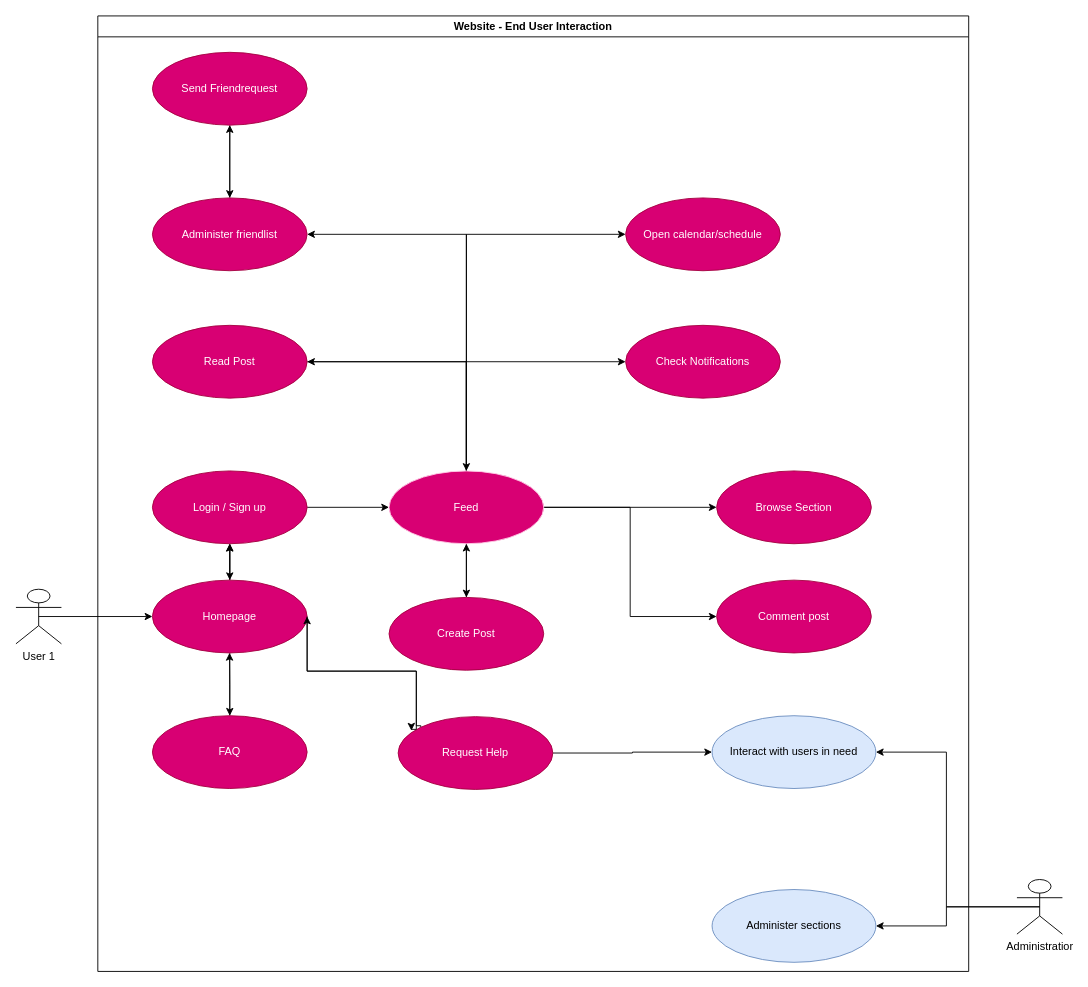
SE-TINF22B6/DHBWhub keeps this draw.io diagram as docs/diagrams/sources/UsecaseEndUser.drawio. Above is the earlier version. Source tidied: cells renumbered, new cells numbered last; positions are measured from the earlier drawing's top-left corner, leaving out a move shared by most shapes. Both pictures are drawn from the tidied source at 91%, with x=0, y=0 at pixel (15, 15).
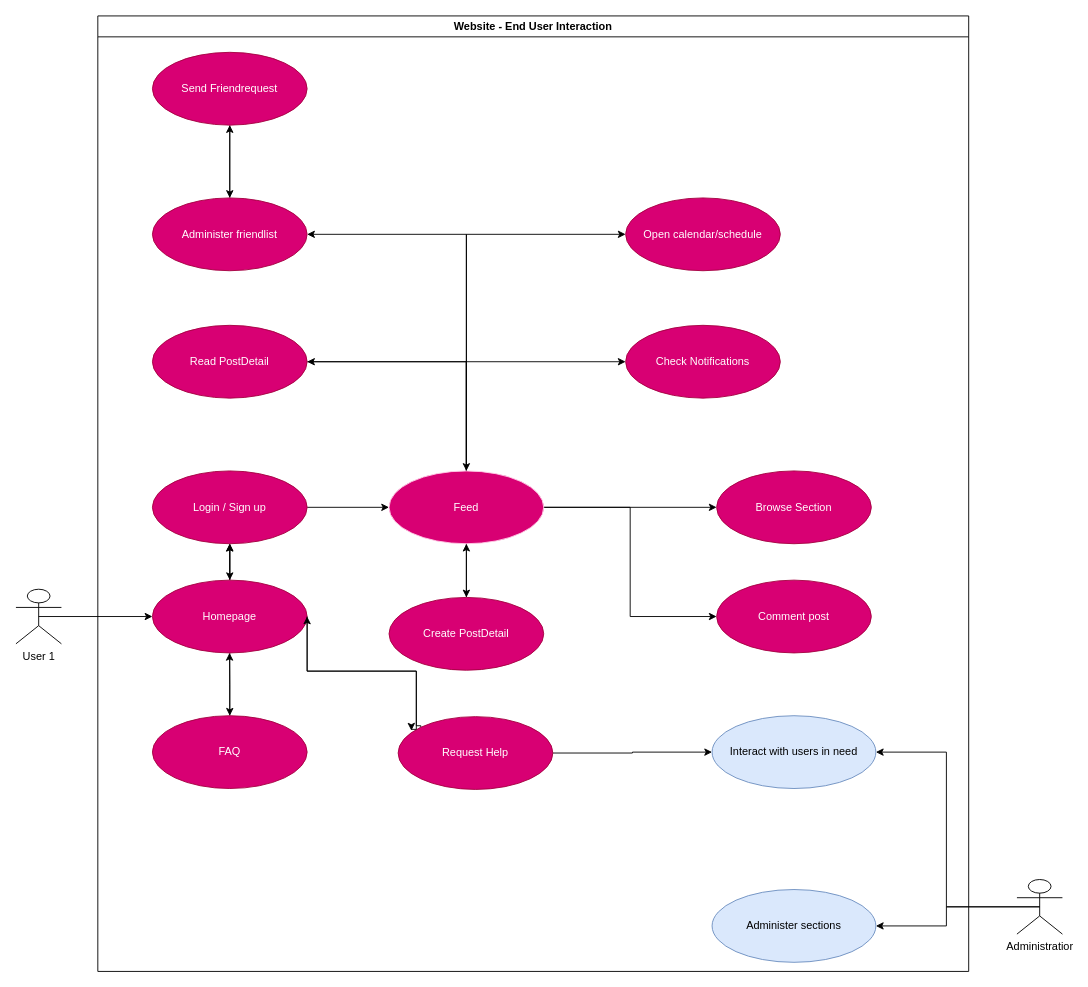
The same page after the edit.

Unchanged cells that the change refers to:
```xml
<mxCell id="2" value="Website - End User Interaction" style="swimlane;whiteSpace=wrap;" parent="1" vertex="1">
  <mxGeometry x="90" width="957" height="1050" as="geometry" />
</mxCell>
```

Diff of the diagram source:
```diff
@@
-    <mxCell id="11" value="Create Post" style="ellipse;whiteSpace=wrap;html=1;fillColor=#d80073;fontColor=#ffffff;strokeColor=#A50040;" parent="2" vertex="1">
+    <mxCell id="11" value="Create PostDetail" style="ellipse;whiteSpace=wrap;html=1;fillColor=#d80073;fontColor=#ffffff;strokeColor=#A50040;" parent="2" vertex="1">
       <mxGeometry x="320" y="639" width="170" height="80" as="geometry" />
     </mxCell>
@@
-    <mxCell id="32" value="Read Post" style="ellipse;whiteSpace=wrap;html=1;fillColor=#d80073;fontColor=#ffffff;strokeColor=#A50040;" parent="2" vertex="1">
+    <mxCell id="32" value="Read PostDetail" style="ellipse;whiteSpace=wrap;html=1;fillColor=#d80073;fontColor=#ffffff;strokeColor=#A50040;" parent="2" vertex="1">
       <mxGeometry x="60" y="340" width="170" height="80" as="geometry" />
     </mxCell>
```
